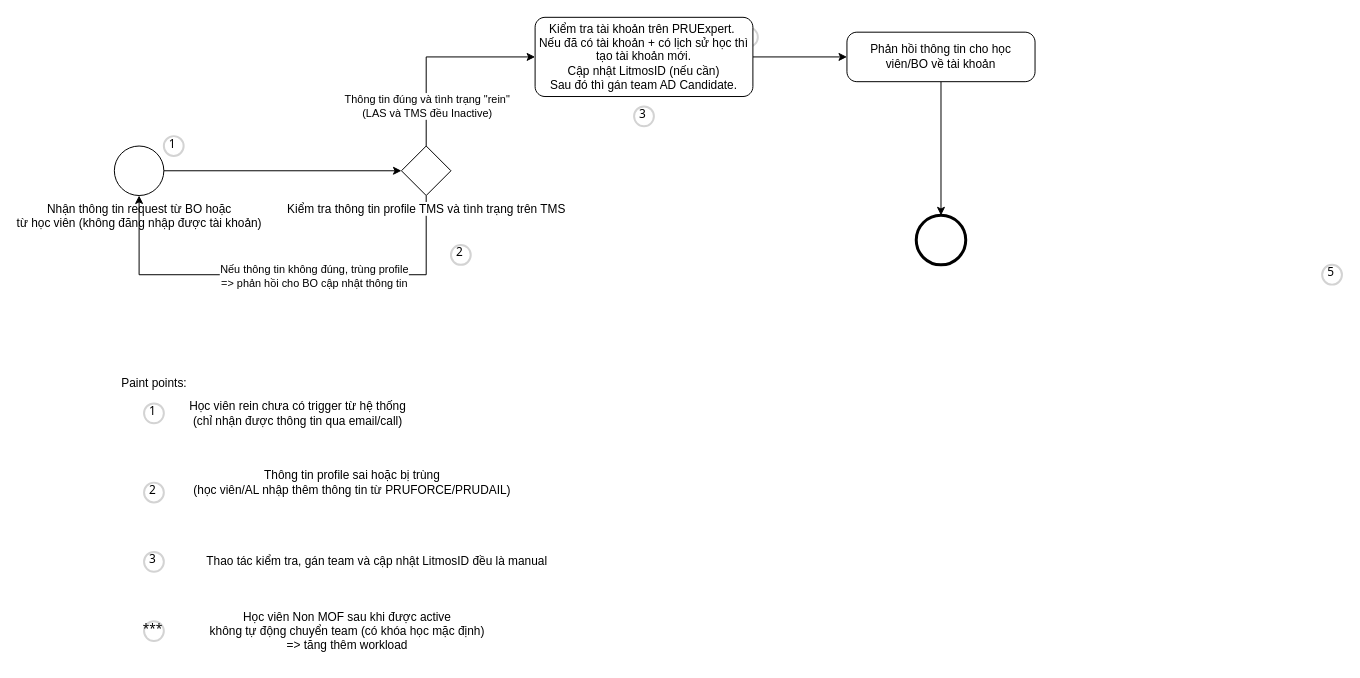
Earlier version of the draw.io diagram page "Rein" (2 of 3) of Untitled Diagram.drawio (thanhluandhsp/litmos). Source tidied: cells renumbered, new cells numbered last; positions are measured from the earlier drawing's top-left corner, leaving out a move shared by most shapes. Both pictures are drawn from the tidied source at 99%, with x=0, y=0 at pixel (109, 17).
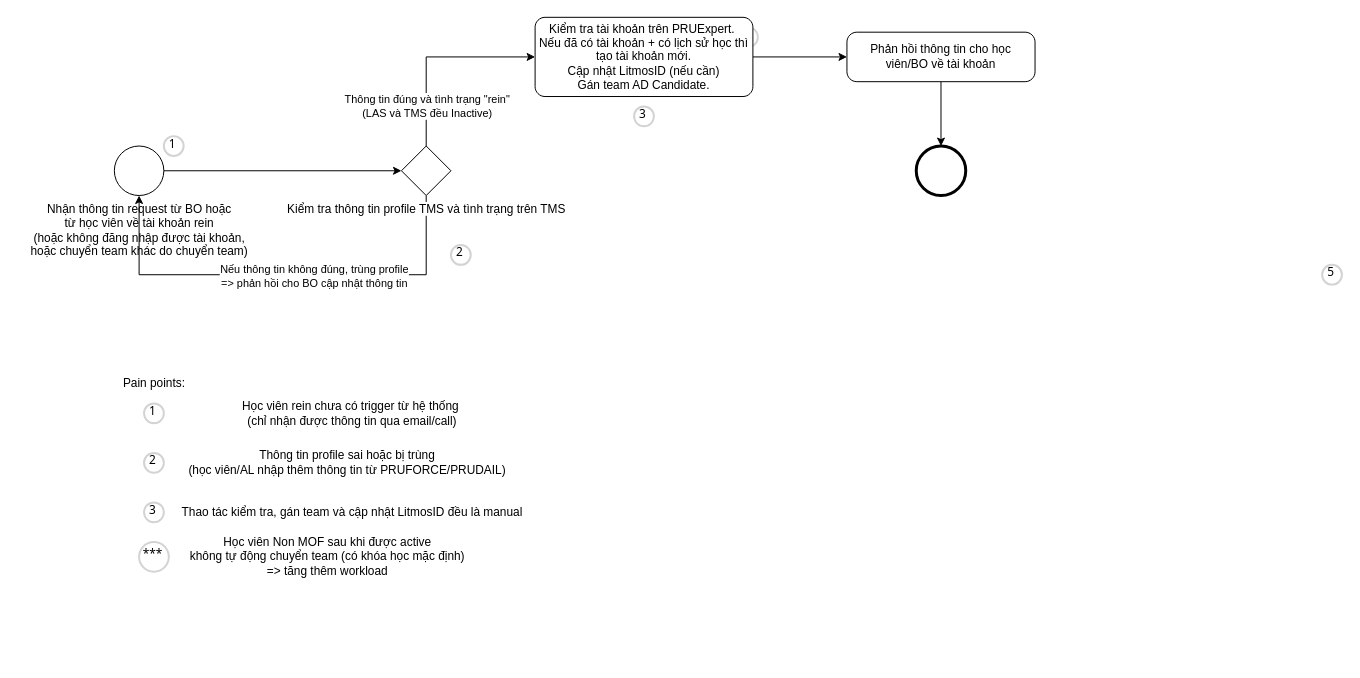
The same page after the edit.

The edit, as a diff of the source:
```diff
@@
-    <mxCell id="3" value="Nhận thông tin request từ BO hoặc&lt;br&gt;từ học viên (không đăng nhập được tài khoản)&lt;br&gt;" style="points=[[0.145,0.145,0],[0.5,0,0],[0.855,0.145,0],[1,0.5,0],[0.855,0.855,0],[0.5,1,0],[0.145,0.855,0],[0,0.5,0]];shape=mxgraph.bpmn.event;html=1;verticalLabelPosition=bottom;labelBackgroundColor=#ffffff;verticalAlign=top;align=center;perimeter=ellipsePerimeter;outlineConnect=0;outline=standard;symbol=general;" parent="1" vertex="1">
+    <mxCell id="3" value="Nhận thông tin request từ BO hoặc&lt;br&gt;từ học viên về tài khoản rein &lt;br&gt;(hoặc không đăng nhập được tài khoản, &lt;br&gt;hoặc chuyển team khác do chuyển team)" style="points=[[0.145,0.145,0],[0.5,0,0],[0.855,0.145,0],[1,0.5,0],[0.855,0.855,0],[0.5,1,0],[0.145,0.855,0],[0,0.5,0]];shape=mxgraph.bpmn.event;html=1;verticalLabelPosition=bottom;labelBackgroundColor=#ffffff;verticalAlign=top;align=center;perimeter=ellipsePerimeter;outlineConnect=0;outline=standard;symbol=general;" parent="1" vertex="1">
       <mxGeometry x="5" y="130" width="50" height="50" as="geometry" />
     </mxCell>
@@
     <mxCell id="11" style="points=[[0.145,0.145,0],[0.5,0,0],[0.855,0.145,0],[1,0.5,0],[0.855,0.855,0],[0.5,1,0],[0.145,0.855,0],[0,0.5,0]];shape=mxgraph.bpmn.event;html=1;verticalLabelPosition=bottom;labelBackgroundColor=#ffffff;verticalAlign=top;align=center;perimeter=ellipsePerimeter;outlineConnect=0;outline=end;symbol=terminate2;" parent="1" vertex="1">
-      <mxGeometry x="815" y="200" width="50" height="50" as="geometry" />
+      <mxGeometry x="815" y="130" width="50" height="50" as="geometry" />
     </mxCell>
@@
-    <mxCell id="13" value="Paint points:" style="text;html=1;align=center;verticalAlign=middle;strokeColor=none;fillColor=none;" parent="1" vertex="1">
+    <mxCell id="13" value="Pain points:" style="text;html=1;align=center;verticalAlign=middle;strokeColor=none;fillColor=none;" parent="1" vertex="1">
       <mxGeometry y="355" width="90" height="30" as="geometry" />
     </mxCell>
@@
-    <mxCell id="15" value="Học viên rein chưa có trigger từ hệ thống&lt;br&gt;(chỉ nhận được thông tin qua email/call)" style="text;html=1;align=center;verticalAlign=middle;strokeColor=none;fillColor=none;" parent="1" vertex="1">
-      <mxGeometry x="70" y="380" width="240" height="40" as="geometry" />
+    <mxCell id="15" value="Học viên rein chưa có trigger từ hệ thống&amp;nbsp;&lt;br&gt;(chỉ nhận được thông tin qua email/call)" style="text;html=1;align=center;verticalAlign=middle;strokeColor=none;fillColor=none;" parent="1" vertex="1">
+      <mxGeometry x="120" y="380" width="250" height="40" as="geometry" />
     </mxCell>
@@
     <mxCell id="17" value="2" style="ellipse;whiteSpace=wrap;html=1;strokeWidth=2;fontFamily=Tahoma;spacingBottom=4;spacingRight=2;strokeColor=#d3d3d3;" parent="1" vertex="1">
-      <mxGeometry x="35" y="470" width="20" height="20" as="geometry" />
+      <mxGeometry x="35" y="440" width="20" height="20" as="geometry" />
     </mxCell>
     <mxCell id="18" value="Thông tin profile sai hoặc bị trùng &lt;br&gt;(học viên/AL nhập thêm thông tin từ PRUFORCE/PRUDAIL)" style="text;html=1;align=center;verticalAlign=middle;strokeColor=none;fillColor=none;" parent="1" vertex="1">
-      <mxGeometry x="75" y="450" width="340" height="40" as="geometry" />
+      <mxGeometry x="70" y="430" width="340" height="40" as="geometry" />
     </mxCell>
@@
     <mxCell id="20" value="3" style="ellipse;whiteSpace=wrap;html=1;strokeWidth=2;fontFamily=Tahoma;spacingBottom=4;spacingRight=2;strokeColor=#d3d3d3;" parent="1" vertex="1">
-      <mxGeometry x="35" y="540" width="20" height="20" as="geometry" />
+      <mxGeometry x="35" y="490" width="20" height="20" as="geometry" />
     </mxCell>
     <mxCell id="21" value="Thao tác kiểm tra, gán team và cập nhật LitmosID đều là manual" style="text;html=1;align=center;verticalAlign=middle;strokeColor=none;fillColor=none;" parent="1" vertex="1">
-      <mxGeometry x="85" y="535" width="370" height="30" as="geometry" />
+      <mxGeometry x="60" y="485" width="370" height="30" as="geometry" />
     </mxCell>
     <mxCell id="22" value="***" style="ellipse;whiteSpace=wrap;html=1;strokeWidth=2;fontFamily=Tahoma;spacingBottom=4;spacingRight=2;strokeColor=#d3d3d3;" parent="1" vertex="1">
-      <mxGeometry x="35" y="610" width="20" height="20" as="geometry" />
+      <mxGeometry x="30" y="530" width="30" height="30" as="geometry" />
     </mxCell>
@@
-    <mxCell id="25" value="Kiểm tra tài khoản trên PRUExpert.&amp;nbsp;&lt;br&gt;Nếu đã có tài khoản + có lịch sử học thì tạo tài khoản mới.&lt;br&gt;Cập nhật LitmosID (nếu cần)&lt;br&gt;Sau đó thì gán team AD Candidate." style="points=[[0.25,0,0],[0.5,0,0],[0.75,0,0],[1,0.25,0],[1,0.5,0],[1,0.75,0],[0.75,1,0],[0.5,1,0],[0.25,1,0],[0,0.75,0],[0,0.5,0],[0,0.25,0]];shape=mxgraph.bpmn.task;whiteSpace=wrap;rectStyle=rounded;size=10;html=1;taskMarker=abstract;" parent="1" vertex="1">
+    <mxCell id="25" value="Kiểm tra tài khoản trên PRUExpert.&amp;nbsp;&lt;br&gt;Nếu đã có tài khoản + có lịch sử học thì tạo tài khoản mới.&lt;br&gt;Cập nhật LitmosID (nếu cần)&lt;br&gt;Gán team AD Candidate." style="points=[[0.25,0,0],[0.5,0,0],[0.75,0,0],[1,0.25,0],[1,0.5,0],[1,0.75,0],[0.75,1,0],[0.5,1,0],[0.25,1,0],[0,0.75,0],[0,0.5,0],[0,0.25,0]];shape=mxgraph.bpmn.task;whiteSpace=wrap;rectStyle=rounded;size=10;html=1;taskMarker=abstract;" parent="1" vertex="1">
       <mxGeometry x="430" width="220" height="80" as="geometry" />
     </mxCell>
@@
     <mxCell id="27" value="Học viên Non MOF sau khi được active &lt;br&gt;không tự động chuyển team (có khóa học mặc định)&lt;br&gt;=&amp;gt; tăng thêm workload" style="text;html=1;align=center;verticalAlign=middle;strokeColor=none;fillColor=none;" parent="1" vertex="1">
-      <mxGeometry x="90" y="590" width="300" height="60" as="geometry" />
+      <mxGeometry x="70" y="515" width="300" height="60" as="geometry" />
     </mxCell>
```
